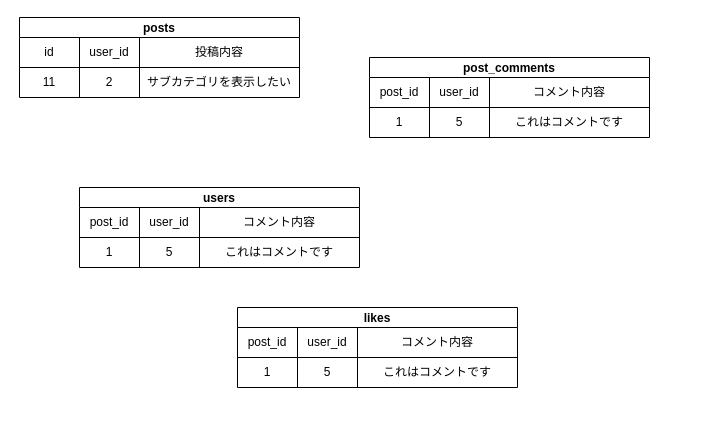
This is page "投稿、ユーザー、コメント、いいねのリレーション" (3 of 3) of compass.dio from I-Kouta/compass, a draw.io file, before an edit. Source tidied: cells renumbered, new cells numbered last; positions are measured from the earlier drawing's top-left corner, leaving out a move shared by most shapes. Both pictures are drawn from the tidied source at 100%, with x=0, y=0 at pixel (19, 17).
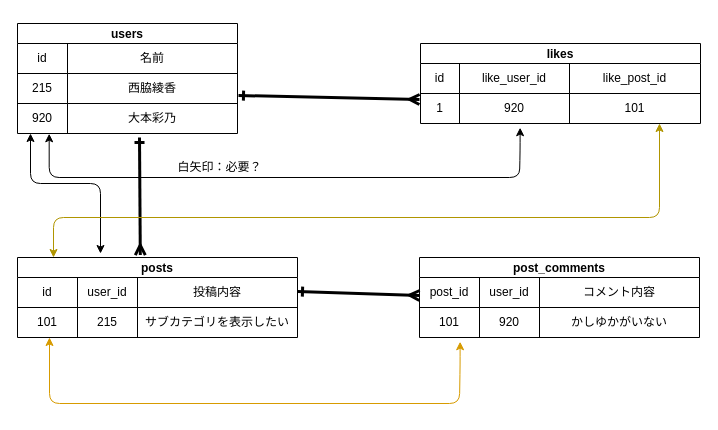
After the change.

Commit message:
ER図のリレーションを書きました

The change refers to these unchanged cells:
```xml
<mxCell id="7" style="shape=partialRectangle;html=1;whiteSpace=wrap;fillColor=none;top=0;left=0;bottom=0;right=0;" parent="2" vertex="1">
  <mxGeometry y="50" width="280" height="30" as="geometry" />
</mxCell>
<mxCell id="16" style="shape=partialRectangle;html=1;whiteSpace=wrap;fillColor=none;top=0;left=0;bottom=0;right=0;points=[[0,0.5],[1,0.5]];portConstraint=eastwest;" parent="11" vertex="1">
  <mxGeometry y="50" width="280" height="30" as="geometry" />
</mxCell>
<mxCell id="30" style="shape=partialRectangle;html=1;whiteSpace=wrap;fillColor=none;top=0;left=0;bottom=0;right=0;" parent="29" vertex="1">
  <mxGeometry y="20" width="280" height="30" as="geometry" />
</mxCell>
<mxCell id="34" style="shape=partialRectangle;html=1;whiteSpace=wrap;fillColor=none;top=0;left=0;bottom=0;right=0;points=[[0,0.5],[1,0.5]];portConstraint=eastwest;" parent="29" vertex="1">
  <mxGeometry y="50" width="280" height="30" as="geometry" />
</mxCell>
```

The edit, as a diff of the source:
```diff
@@
     <mxCell id="2" value="posts" style="shape=table;startSize=20;childLayout=tableLayout;fontStyle=1;align=center;" parent="1" vertex="1">
-      <mxGeometry width="280" height="80" as="geometry" />
+      <mxGeometry x="-2" y="240" width="280" height="80" as="geometry" />
     </mxCell>
@@
-    <mxCell id="8" value="11" style="shape=partialRectangle;html=1;whiteSpace=wrap;fillColor=none;top=0;left=0;bottom=0;right=0;overflow=hidden;" parent="7" vertex="1">
+    <mxCell id="8" value="101" style="shape=partialRectangle;html=1;whiteSpace=wrap;fillColor=none;top=0;left=0;bottom=0;right=0;overflow=hidden;" parent="7" vertex="1">
       <mxGeometry width="60" height="30" as="geometry" />
     </mxCell>
-    <mxCell id="9" value="2" style="shape=partialRectangle;html=1;whiteSpace=wrap;fillColor=none;top=0;left=0;bottom=0;right=0;overflow=hidden;" parent="7" vertex="1">
+    <mxCell id="9" value="215" style="shape=partialRectangle;html=1;whiteSpace=wrap;fillColor=none;top=0;left=0;bottom=0;right=0;overflow=hidden;" parent="7" vertex="1">
       <mxGeometry x="60" width="60" height="30" as="geometry" />
     </mxCell>
@@
     <mxCell id="11" value="post_comments" style="shape=table;startSize=20;childLayout=tableLayout;fontStyle=1;align=center;" parent="1" vertex="1">
-      <mxGeometry x="350" y="40" width="280" height="80" as="geometry" />
+      <mxGeometry x="400" y="240" width="280" height="80" as="geometry" />
     </mxCell>
@@
-    <mxCell id="17" value="1" style="shape=partialRectangle;html=1;whiteSpace=wrap;fillColor=none;top=0;left=0;bottom=0;right=0;overflow=hidden;" parent="16" vertex="1">
+    <mxCell id="17" value="101" style="shape=partialRectangle;html=1;whiteSpace=wrap;fillColor=none;top=0;left=0;bottom=0;right=0;overflow=hidden;" parent="16" vertex="1">
       <mxGeometry width="60" height="30" as="geometry" />
     </mxCell>
-    <mxCell id="18" value="5" style="shape=partialRectangle;html=1;whiteSpace=wrap;fillColor=none;top=0;left=0;bottom=0;right=0;overflow=hidden;" parent="16" vertex="1">
+    <mxCell id="18" value="920" style="shape=partialRectangle;html=1;whiteSpace=wrap;fillColor=none;top=0;left=0;bottom=0;right=0;overflow=hidden;" parent="16" vertex="1">
       <mxGeometry x="60" width="60" height="30" as="geometry" />
     </mxCell>
-    <mxCell id="19" value="これはコメントです" style="shape=partialRectangle;html=1;whiteSpace=wrap;fillColor=none;top=0;left=0;bottom=0;right=0;overflow=hidden;" parent="16" vertex="1">
+    <mxCell id="19" value="かしゆかがいない" style="shape=partialRectangle;html=1;whiteSpace=wrap;fillColor=none;top=0;left=0;bottom=0;right=0;overflow=hidden;" parent="16" vertex="1">
       <mxGeometry x="120" width="160" height="30" as="geometry" />
     </mxCell>
     <mxCell id="20" value="users" style="shape=table;startSize=20;childLayout=tableLayout;fontStyle=1;align=center;" parent="1" vertex="1">
-      <mxGeometry x="60" y="170" width="280" height="80" as="geometry" />
+      <mxGeometry x="-2" y="6" width="220" height="110" as="geometry" />
     </mxCell>
     <mxCell id="21" style="shape=partialRectangle;html=1;whiteSpace=wrap;fillColor=none;top=0;left=0;bottom=0;right=0;" parent="20" vertex="1">
-      <mxGeometry y="20" width="280" height="30" as="geometry" />
+      <mxGeometry y="20" width="220" height="30" as="geometry" />
     </mxCell>
-    <mxCell id="22" value="post_id" style="shape=partialRectangle;html=1;whiteSpace=wrap;fillColor=none;top=0;left=0;bottom=0;right=0;overflow=hidden;" parent="21" vertex="1">
-      <mxGeometry width="60" height="30" as="geometry" />
+    <mxCell id="22" value="id" style="shape=partialRectangle;html=1;whiteSpace=wrap;fillColor=none;top=0;left=0;bottom=0;right=0;overflow=hidden;" parent="21" vertex="1">
+      <mxGeometry width="50" height="30" as="geometry" />
     </mxCell>
-    <mxCell id="23" value="user_id" style="shape=partialRectangle;html=1;whiteSpace=wrap;fillColor=none;top=0;left=0;bottom=0;right=0;overflow=hidden;" parent="21" vertex="1">
-      <mxGeometry x="60" width="60" height="30" as="geometry" />
+    <mxCell id="23" value="名前" style="shape=partialRectangle;html=1;whiteSpace=wrap;fillColor=none;top=0;left=0;bottom=0;right=0;overflow=hidden;" parent="21" vertex="1">
+      <mxGeometry x="50" width="170" height="30" as="geometry" />
     </mxCell>
-    <mxCell id="24" value="コメント内容" style="shape=partialRectangle;html=1;whiteSpace=wrap;fillColor=none;top=0;left=0;bottom=0;right=0;overflow=hidden;" parent="21" vertex="1">
-      <mxGeometry x="120" width="160" height="30" as="geometry" />
-    </mxCell>
     <mxCell id="25" style="shape=partialRectangle;html=1;whiteSpace=wrap;fillColor=none;top=0;left=0;bottom=0;right=0;" parent="20" vertex="1">
-      <mxGeometry y="50" width="280" height="30" as="geometry" />
+      <mxGeometry y="50" width="220" height="30" as="geometry" />
     </mxCell>
-    <mxCell id="26" value="1" style="shape=partialRectangle;html=1;whiteSpace=wrap;fillColor=none;top=0;left=0;bottom=0;right=0;overflow=hidden;" parent="25" vertex="1">
-      <mxGeometry width="60" height="30" as="geometry" />
+    <mxCell id="26" value="215" style="shape=partialRectangle;html=1;whiteSpace=wrap;fillColor=none;top=0;left=0;bottom=0;right=0;overflow=hidden;" parent="25" vertex="1">
+      <mxGeometry width="50" height="30" as="geometry" />
     </mxCell>
-    <mxCell id="27" value="5" style="shape=partialRectangle;html=1;whiteSpace=wrap;fillColor=none;top=0;left=0;bottom=0;right=0;overflow=hidden;" parent="25" vertex="1">
-      <mxGeometry x="60" width="60" height="30" as="geometry" />
+    <mxCell id="27" value="西脇綾香" style="shape=partialRectangle;html=1;whiteSpace=wrap;fillColor=none;top=0;left=0;bottom=0;right=0;overflow=hidden;" parent="25" vertex="1">
+      <mxGeometry x="50" width="170" height="30" as="geometry" />
     </mxCell>
-    <mxCell id="28" value="これはコメントです" style="shape=partialRectangle;html=1;whiteSpace=wrap;fillColor=none;top=0;left=0;bottom=0;right=0;overflow=hidden;" parent="25" vertex="1">
-      <mxGeometry x="120" width="160" height="30" as="geometry" />
-    </mxCell>
+    <mxCell id="38" style="shape=partialRectangle;html=1;whiteSpace=wrap;fillColor=none;top=0;left=0;bottom=0;right=0;points=[[0,0.5],[1,0.5]];portConstraint=eastwest;" parent="20" vertex="1">
+      <mxGeometry y="80" width="220" height="30" as="geometry" />
+    </mxCell>
+    <mxCell id="39" value="920" style="shape=partialRectangle;html=1;whiteSpace=wrap;fillColor=none;top=0;left=0;bottom=0;right=0;overflow=hidden;" parent="38" vertex="1">
+      <mxGeometry width="50" height="30" as="geometry" />
+    </mxCell>
+    <mxCell id="40" value="大本彩乃" style="shape=partialRectangle;html=1;whiteSpace=wrap;fillColor=none;top=0;left=0;bottom=0;right=0;overflow=hidden;" parent="38" vertex="1">
+      <mxGeometry x="50" width="170" height="30" as="geometry" />
+    </mxCell>
     <mxCell id="29" value="likes" style="shape=table;startSize=20;childLayout=tableLayout;fontStyle=1;align=center;" parent="1" vertex="1">
-      <mxGeometry x="218" y="290" width="280" height="80" as="geometry" />
+      <mxGeometry x="401" y="26" width="280" height="80" as="geometry" />
     </mxCell>
@@
-    <mxCell id="31" value="post_id" style="shape=partialRectangle;html=1;whiteSpace=wrap;fillColor=none;top=0;left=0;bottom=0;right=0;overflow=hidden;" parent="30" vertex="1">
-      <mxGeometry width="60" height="30" as="geometry" />
+    <mxCell id="31" value="id" style="shape=partialRectangle;html=1;whiteSpace=wrap;fillColor=none;top=0;left=0;bottom=0;right=0;overflow=hidden;" parent="30" vertex="1">
+      <mxGeometry width="39" height="30" as="geometry" />
     </mxCell>
-    <mxCell id="32" value="user_id" style="shape=partialRectangle;html=1;whiteSpace=wrap;fillColor=none;top=0;left=0;bottom=0;right=0;overflow=hidden;" parent="30" vertex="1">
-      <mxGeometry x="60" width="60" height="30" as="geometry" />
+    <mxCell id="32" value="like_user_id" style="shape=partialRectangle;html=1;whiteSpace=wrap;fillColor=none;top=0;left=0;bottom=0;right=0;overflow=hidden;" parent="30" vertex="1">
+      <mxGeometry x="39" width="110" height="30" as="geometry" />
     </mxCell>
-    <mxCell id="33" value="コメント内容" style="shape=partialRectangle;html=1;whiteSpace=wrap;fillColor=none;top=0;left=0;bottom=0;right=0;overflow=hidden;" parent="30" vertex="1">
-      <mxGeometry x="120" width="160" height="30" as="geometry" />
+    <mxCell id="33" value="like_post_id" style="shape=partialRectangle;html=1;whiteSpace=wrap;fillColor=none;top=0;left=0;bottom=0;right=0;overflow=hidden;" parent="30" vertex="1">
+      <mxGeometry x="149" width="131" height="30" as="geometry" />
     </mxCell>
@@
     <mxCell id="35" value="1" style="shape=partialRectangle;html=1;whiteSpace=wrap;fillColor=none;top=0;left=0;bottom=0;right=0;overflow=hidden;" parent="34" vertex="1">
-      <mxGeometry width="60" height="30" as="geometry" />
+      <mxGeometry width="39" height="30" as="geometry" />
     </mxCell>
-    <mxCell id="36" value="5" style="shape=partialRectangle;html=1;whiteSpace=wrap;fillColor=none;top=0;left=0;bottom=0;right=0;overflow=hidden;" parent="34" vertex="1">
-      <mxGeometry x="60" width="60" height="30" as="geometry" />
+    <mxCell id="36" value="920" style="shape=partialRectangle;html=1;whiteSpace=wrap;fillColor=none;top=0;left=0;bottom=0;right=0;overflow=hidden;" parent="34" vertex="1">
+      <mxGeometry x="39" width="110" height="30" as="geometry" />
     </mxCell>
-    <mxCell id="37" value="これはコメントです" style="shape=partialRectangle;html=1;whiteSpace=wrap;fillColor=none;top=0;left=0;bottom=0;right=0;overflow=hidden;" parent="34" vertex="1">
-      <mxGeometry x="120" width="160" height="30" as="geometry" />
+    <mxCell id="37" value="101" style="shape=partialRectangle;html=1;whiteSpace=wrap;fillColor=none;top=0;left=0;bottom=0;right=0;overflow=hidden;" parent="34" vertex="1">
+      <mxGeometry x="149" width="131" height="30" as="geometry" />
     </mxCell>
+    <mxCell id="41" style="endArrow=ERmany;html=1;strokeWidth=3;startArrow=ERone;startFill=0;endFill=0;entryX=0.867;entryY=-0.042;entryDx=0;entryDy=0;entryPerimeter=0;" parent="1" edge="1">
+      <mxGeometry relative="1" as="geometry">
+        <mxPoint x="120" y="120" as="sourcePoint" />
+        <mxPoint x="120.8" y="237.6" as="targetPoint" />
+      </mxGeometry>
+    </mxCell>
+    <mxCell id="42" style="endArrow=ERmany;html=1;strokeWidth=3;startArrow=ERone;startFill=0;endFill=0;" parent="1" edge="1">
+      <mxGeometry relative="1" as="geometry">
+        <mxPoint x="278" y="274" as="sourcePoint" />
+        <mxPoint x="400" y="278" as="targetPoint" />
+      </mxGeometry>
+    </mxCell>
+    <mxCell id="43" style="endArrow=ERmany;html=1;strokeWidth=3;startArrow=ERone;startFill=0;endFill=0;" parent="1" edge="1">
+      <mxGeometry relative="1" as="geometry">
+        <mxPoint x="219" y="78" as="sourcePoint" />
+        <mxPoint x="400" y="82" as="targetPoint" />
+      </mxGeometry>
+    </mxCell>
+    <mxCell id="44" style="edgeStyle=segmentEdgeStyle;endArrow=classic;html=1;startArrow=classic;startFill=1;exitX=0.757;exitY=0.978;exitDx=0;exitDy=0;exitPerimeter=0;" parent="1" edge="1">
+      <mxGeometry relative="1" as="geometry">
+        <mxPoint x="11" y="116" as="sourcePoint" />
+        <mxPoint x="81" y="236" as="targetPoint" />
+        <Array as="points">
+          <mxPoint x="11" y="166" />
+          <mxPoint x="81" y="166" />
+        </Array>
+      </mxGeometry>
+    </mxCell>
+    <mxCell id="45" style="edgeStyle=segmentEdgeStyle;endArrow=classic;html=1;startArrow=classic;startFill=1;exitX=0.145;exitY=1.141;exitDx=0;exitDy=0;exitPerimeter=0;fillColor=#ffcd28;strokeColor=#d79b00;gradientColor=#ffa500;entryX=0.148;entryY=1.067;entryDx=0;entryDy=0;entryPerimeter=0;" parent="1" edge="1" source="16">
+      <mxGeometry relative="1" as="geometry">
+        <mxPoint x="30" y="320" as="targetPoint" />
+        <Array as="points">
+          <mxPoint x="441" y="347" />
+          <mxPoint x="440" y="386" />
+          <mxPoint x="30" y="386" />
+        </Array>
+      </mxGeometry>
+    </mxCell>
+    <mxCell id="46" style="edgeStyle=segmentEdgeStyle;endArrow=classic;html=1;startArrow=classic;startFill=1;fillColor=#e3c800;strokeColor=#B09500;" parent="1" edge="1" source="34">
+      <mxGeometry relative="1" as="geometry">
+        <mxPoint x="34" y="240" as="targetPoint" />
+        <Array as="points">
+          <mxPoint x="640" y="200" />
+          <mxPoint x="34" y="200" />
+        </Array>
+      </mxGeometry>
+    </mxCell>
+    <mxCell id="47" style="edgeStyle=segmentEdgeStyle;endArrow=classic;html=1;startArrow=classic;startFill=1;exitX=0.145;exitY=1.141;exitDx=0;exitDy=0;exitPerimeter=0;entryX=0.144;entryY=1.008;entryDx=0;entryDy=0;entryPerimeter=0;" parent="1" edge="1" target="38">
+      <mxGeometry relative="1" as="geometry">
+        <mxPoint x="500.6" y="110.2" as="sourcePoint" />
+        <Array as="points">
+          <mxPoint x="501" y="133" />
+          <mxPoint x="500" y="160" />
+          <mxPoint x="30" y="160" />
+        </Array>
+      </mxGeometry>
+    </mxCell>
+    <mxCell id="48" value="白矢印：必要？" style="text;html=1;align=center;verticalAlign=middle;strokeColor=none;fillColor=none;" parent="1" vertex="1">
+      <mxGeometry x="150" y="140" width="100" height="20" as="geometry" />
+    </mxCell>
```
